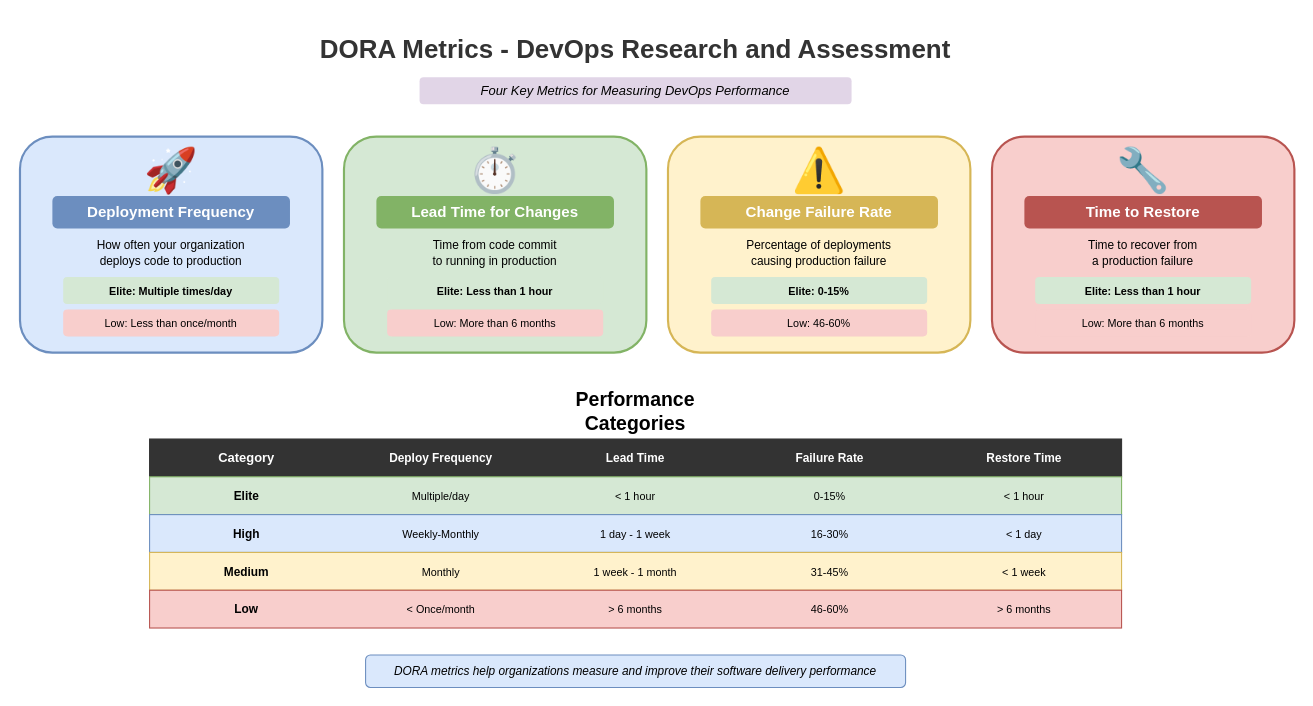
The draw.io diagram lesson-05-devops-platform-engineering/diagrams/1.3-dora-metrics.drawio in MrParkerZ7/document-lesson-software-architect-x-claude, before the edit. Source tidied: cells renumbered, new cells numbered last; positions are measured from the earlier drawing's top-left corner, leaving out a move shared by most shapes. Both pictures are drawn from the tidied source at 108%, with x=0, y=0 at pixel (19, 28).
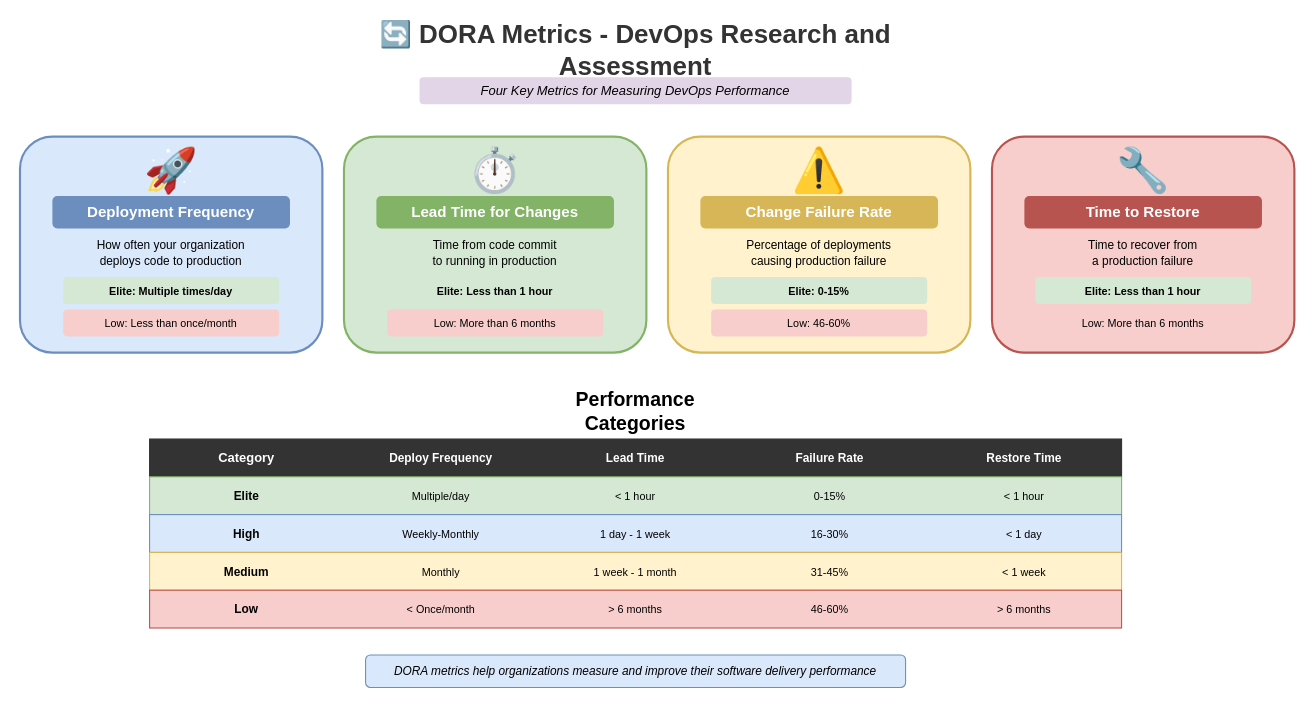
The same diagram, later.

Change to the diagram source:
```diff
@@
-    <mxCell id="2" value="DORA Metrics - DevOps Research and Assessment" style="text;html=1;strokeColor=none;fillColor=none;align=center;verticalAlign=middle;whiteSpace=wrap;rounded=0;fontSize=24;fontStyle=1;fontColor=#333333;" parent="1" vertex="1">
+    <mxCell id="2" value="🔄 DORA Metrics - DevOps Research and Assessment" style="text;html=1;strokeColor=none;fillColor=none;align=center;verticalAlign=middle;whiteSpace=wrap;rounded=0;fontSize=24;fontStyle=1;fontColor=#333333;" parent="1" vertex="1">
       <mxGeometry x="270" width="600" height="40" as="geometry" />
     </mxCell>
```
